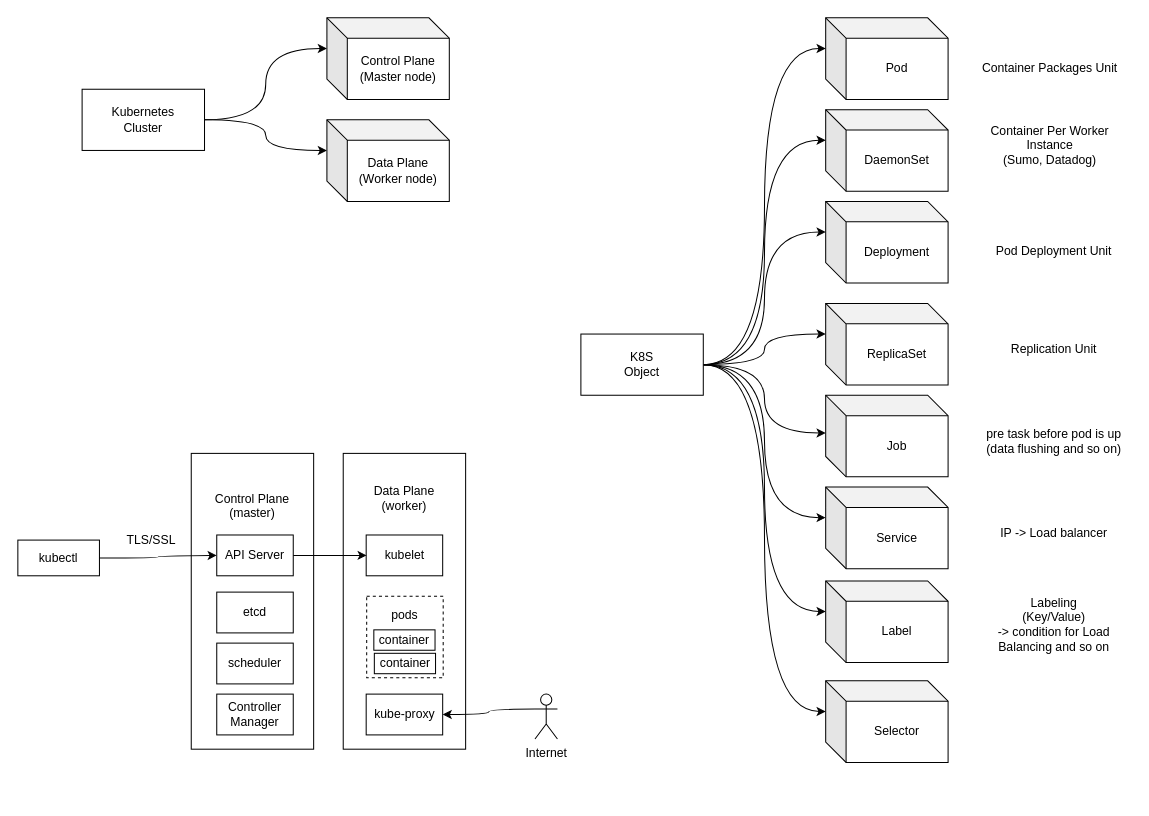
Earlier version of the draw.io diagram Kubernetes.drawio (rpkim/software-tree). Source tidied: cells renumbered, new cells numbered last; positions are measured from the earlier drawing's top-left corner, leaving out a move shared by most shapes. Both pictures are drawn from the tidied source at 102%, with x=0, y=0 at pixel (17, 17).
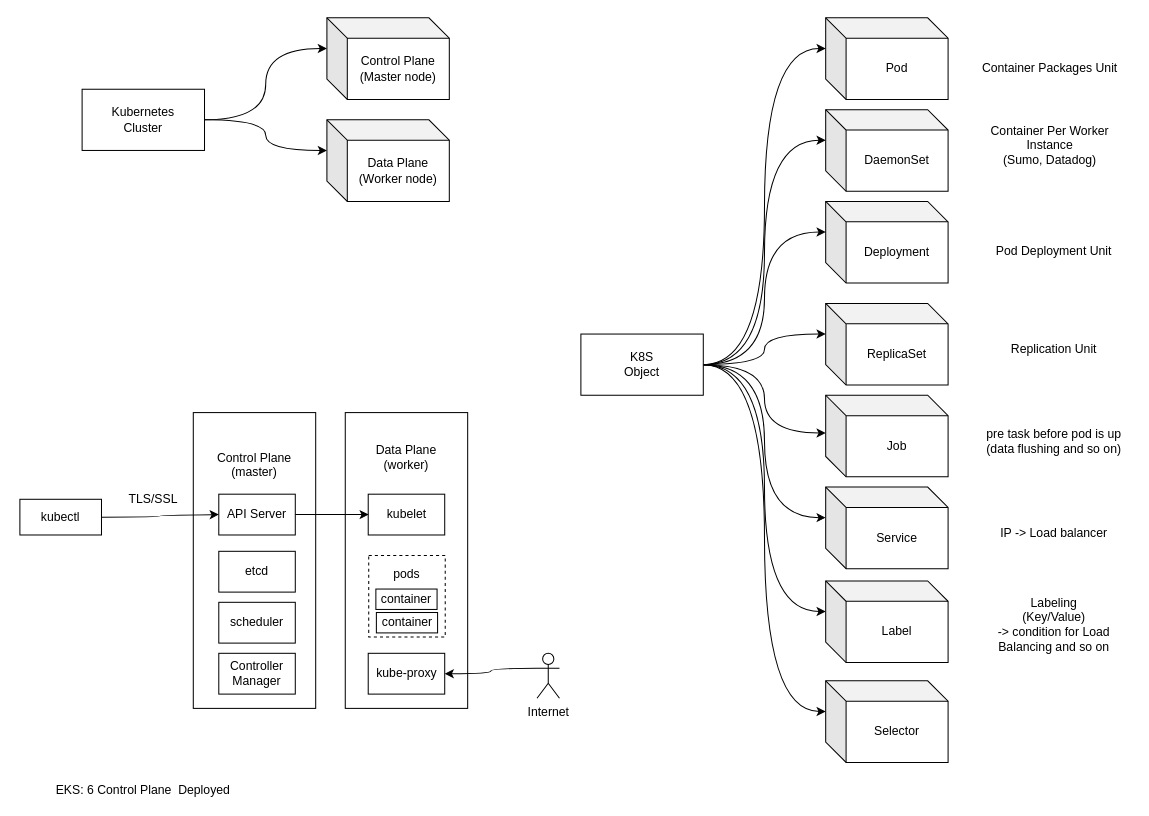
The same page after the edit.

The edit, as a diff of the source:
```diff
@@
     <mxCell id="31" style="group;" parent="1" vertex="1">
-      <mxGeometry y="427" width="529" height="290" as="geometry" />
+      <mxGeometry x="2" y="387" width="529" height="290" as="geometry" />
     </mxCell>
@@
+    <mxCell id="49" value="EKS: 6 Control Plane &amp;nbsp;Deployed" style="text;html=1;strokeColor=none;fillColor=none;align=center;verticalAlign=middle;whiteSpace=wrap;rounded=0;dashed=1;" parent="1" vertex="1">
+      <mxGeometry x="18" y="748.5" width="210" height="17" as="geometry" />
+    </mxCell>
```
